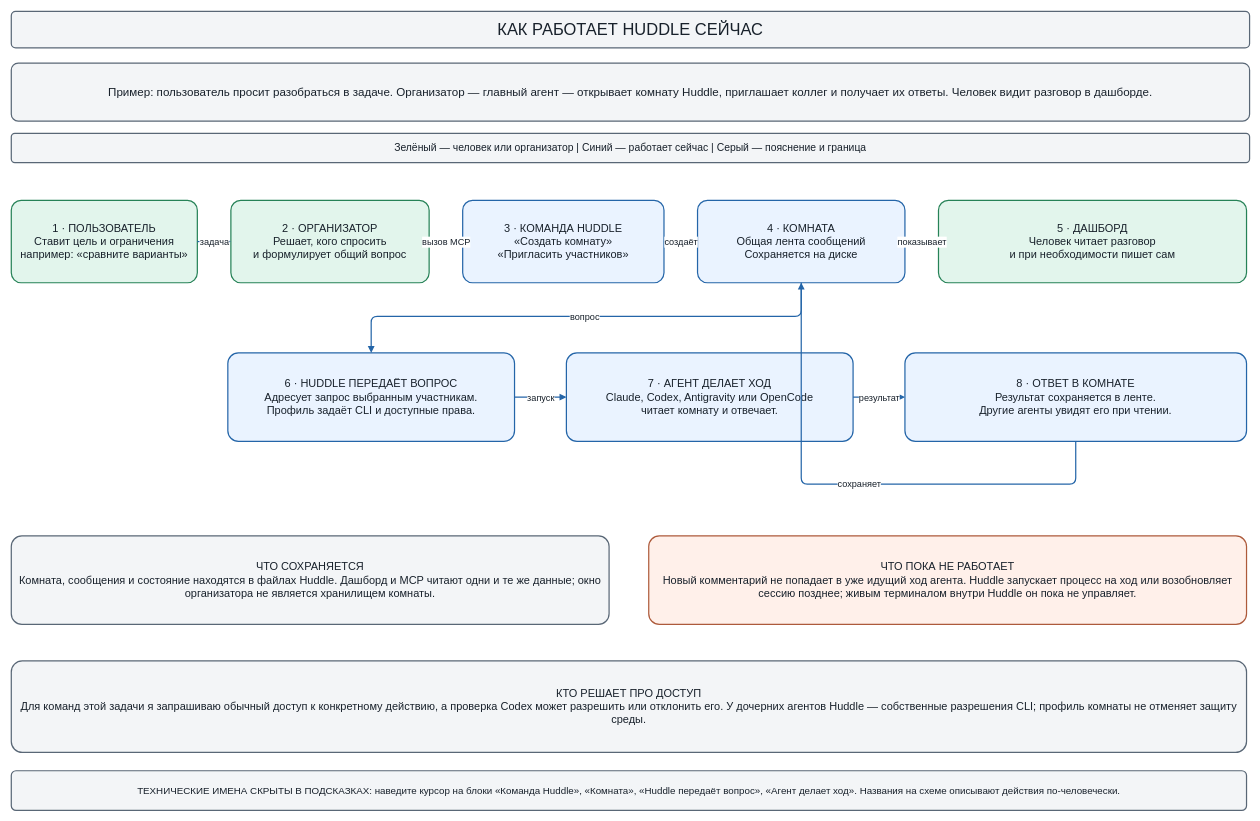
Before: page "1 · Как Huddle работает сейчас" (1 of 2) of research/huddle-flow-20260923.drawio in kolotovalexander/mcp-huddle, a draw.io diagram. Source tidied: cells renumbered, new cells numbered last; positions are measured from the earlier drawing's top-left corner, leaving out a move shared by most shapes. Both pictures are drawn from the tidied source at 61%, with x=0, y=0 at pixel (11, 11).
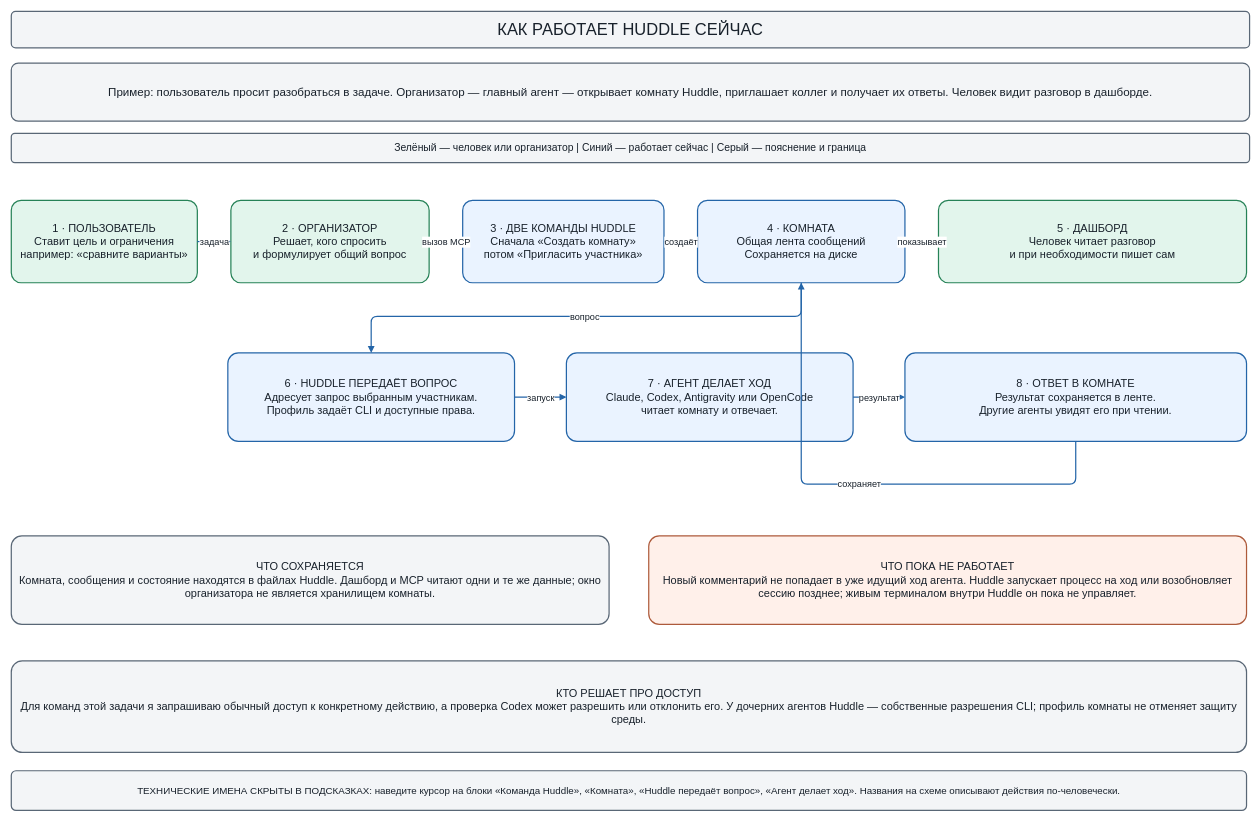
After the change.

Commit message (it also covers changes not shown here):
Clarify Huddle room creation and pilot lifetime

Diff of the diagram source:
```diff
@@
-    <mxCell id="7" value="3 · КОМАНДА HUDDLE&lt;br&gt;«Создать комнату»&lt;br&gt;«Пригласить участников»" style="rounded=1;arcSize=12;whiteSpace=wrap;html=1;fillColor=#EAF3FF;strokeColor=#2465A8;strokeWidth=2;fontColor=#18212B;fontSize=18;fontFamily=Arial;align=center;verticalAlign=middle;spacing=12;" parent="1" vertex="1">
+    <mxCell id="7" value="3 · ДВЕ КОМАНДЫ HUDDLE&lt;br&gt;Сначала «Создать комнату»&lt;br&gt;потом «Пригласить участника»" style="rounded=1;arcSize=12;whiteSpace=wrap;html=1;fillColor=#EAF3FF;strokeColor=#2465A8;strokeWidth=2;fontColor=#18212B;fontSize=18;fontFamily=Arial;align=center;verticalAlign=middle;spacing=12;" parent="1" vertex="1">
       <mxGeometry x="740" y="310" width="330" height="135" as="geometry" />
     </mxCell>
```
